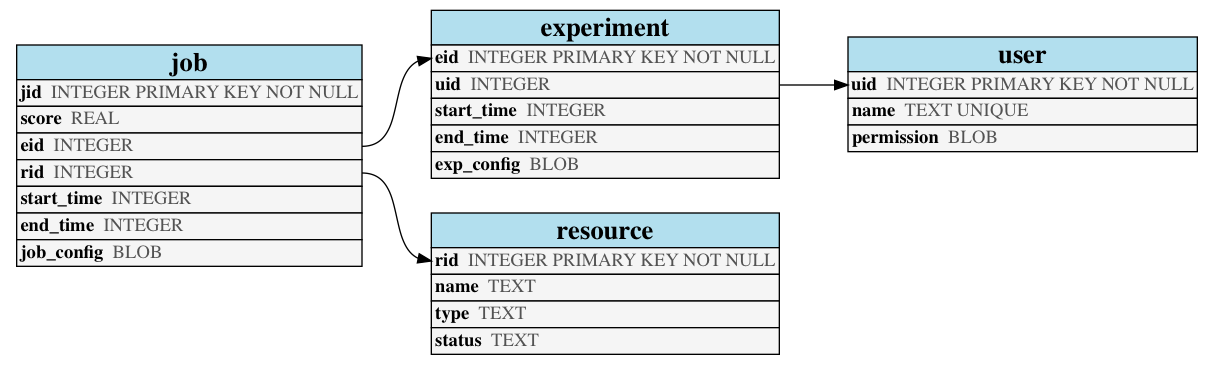
Earlier version of the Graphviz export docs/images/schema.png (LGE-ARC-AdvancedAI/auptimizer). Its source is kept beside it as docs/Database/schema.dot. The source it was exported from:
```dot
/*
 * Graphviz of '<_io.TextIOWrapper name='<stdin>' mode='r' encoding='UTF-8'>', created 2018-08-14 18:52:17.684968
 * Generated from https://github.com/rm-hull/sql_graphviz
 */
digraph g { graph [ rankdir = "LR" ];

  "user" [
    shape=none
    label=<
      <table border="0" cellspacing="0" cellborder="1">
        <tr><td bgcolor="lightblue2"><font face="Times-bold" point-size="20">user</font></td></tr>
        <tr><td bgcolor="grey96" align="left" port="uid"><font face="Times-bold">uid</font>  <font color="#535353">INTEGER PRIMARY KEY NOT NULL</font></td></tr>
        <tr><td bgcolor="grey96" align="left" port="name"><font face="Times-bold">name</font>  <font color="#535353">TEXT UNIQUE</font></td></tr>
        <tr><td bgcolor="grey96" align="left" port="permission"><font face="Times-bold">permission</font>  <font color="#535353">BLOB</font></td></tr>
      </table>
    >];

  "resource" [
    shape=none
    label=<
      <table border="0" cellspacing="0" cellborder="1">
        <tr><td bgcolor="lightblue2"><font face="Times-bold" point-size="20">resource</font></td></tr>
        <tr><td bgcolor="grey96" align="left" port="rid"><font face="Times-bold">rid</font>  <font color="#535353">INTEGER PRIMARY KEY NOT NULL</font></td></tr>
        <tr><td bgcolor="grey96" align="left" port="name"><font face="Times-bold">name</font>  <font color="#535353">TEXT</font></td></tr>
        <tr><td bgcolor="grey96" align="left" port="type"><font face="Times-bold">type</font>  <font color="#535353">TEXT</font></td></tr>
        <tr><td bgcolor="grey96" align="left" port="status"><font face="Times-bold">status</font>  <font color="#535353">TEXT</font></td></tr>
      </table>
    >];

  "experiment" [
    shape=none
    label=<
      <table border="0" cellspacing="0" cellborder="1">
        <tr><td bgcolor="lightblue2"><font face="Times-bold" point-size="20">experiment</font></td></tr>
        <tr><td bgcolor="grey96" align="left" port="eid"><font face="Times-bold">eid</font>  <font color="#535353">INTEGER PRIMARY KEY NOT NULL</font></td></tr>
        <tr><td bgcolor="grey96" align="left" port="uid"><font face="Times-bold">uid</font>  <font color="#535353">INTEGER</font></td></tr>
        <tr><td bgcolor="grey96" align="left" port="start_time"><font face="Times-bold">start_time</font>  <font color="#535353">INTEGER</font></td></tr>
        <tr><td bgcolor="grey96" align="left" port="end_time"><font face="Times-bold">end_time</font>  <font color="#535353">INTEGER</font></td></tr>
        <tr><td bgcolor="grey96" align="left" port="exp_config"><font face="Times-bold">exp_config</font>  <font color="#535353">BLOB</font></td></tr>
      </table>
    >];

  "job" [
    shape=none
    label=<
      <table border="0" cellspacing="0" cellborder="1">
        <tr><td bgcolor="lightblue2"><font face="Times-bold" point-size="20">job</font></td></tr>
        <tr><td bgcolor="grey96" align="left" port="jid"><font face="Times-bold">jid</font>  <font color="#535353">INTEGER PRIMARY KEY NOT NULL</font></td></tr>
        <tr><td bgcolor="grey96" align="left" port="score"><font face="Times-bold">score</font>  <font color="#535353">REAL</font></td></tr>
        <tr><td bgcolor="grey96" align="left" port="eid"><font face="Times-bold">eid</font>  <font color="#535353">INTEGER</font></td></tr>
        <tr><td bgcolor="grey96" align="left" port="rid"><font face="Times-bold">rid</font>  <font color="#535353">INTEGER</font></td></tr>
        <tr><td bgcolor="grey96" align="left" port="start_time"><font face="Times-bold">start_time</font>  <font color="#535353">INTEGER</font></td></tr>
        <tr><td bgcolor="grey96" align="left" port="end_time"><font face="Times-bold">end_time</font>  <font color="#535353">INTEGER</font></td></tr>
        <tr><td bgcolor="grey96" align="left" port="job_config"><font face="Times-bold">job_config</font>  <font color="#535353">BLOB</font></td></tr>
      </table>
    >];

  "experiment":uid -> "user":uid;
  "job":eid -> "experiment":eid;
  "job":rid -> "resource":rid;
}
```
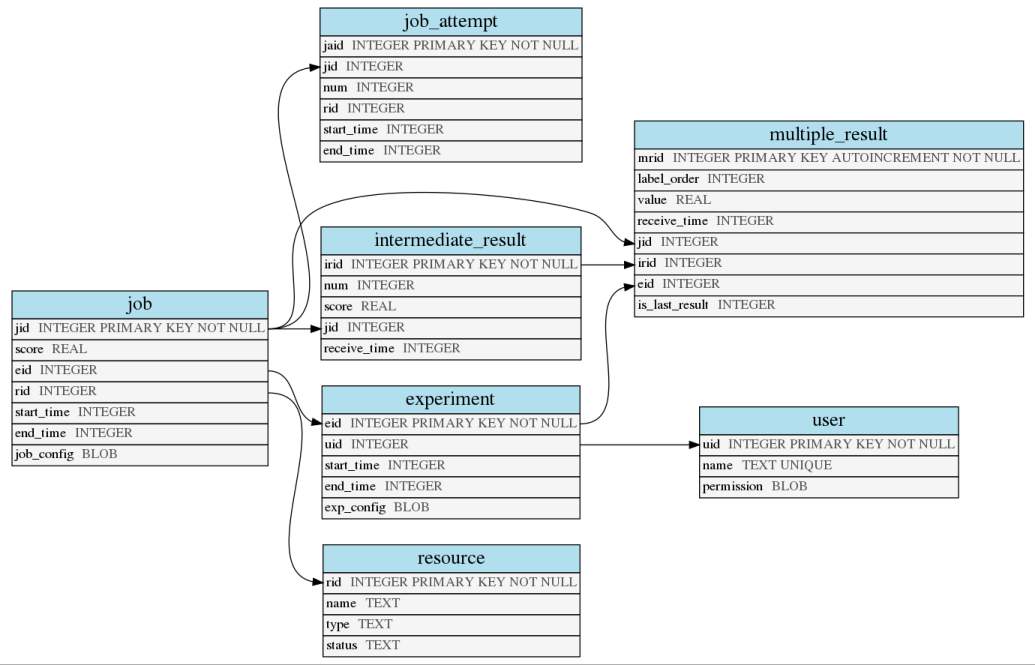
After the commit.

Change to the diagram source:
```diff
@@ -55,7 +55,54 @@
       </table>
     >];
 
+  "job_attempt" [
+    shape=none
+    label=<
+      <table border="0" cellspacing="0" cellborder="1">
+        <tr><td bgcolor="lightblue2"><font face="Times-bold" point-size="20">job_attempt</font></td></tr>
+        <tr><td bgcolor="grey96" align="left" port="jaid"><font face="Times-bold">jaid</font>  <font color="#535353">INTEGER PRIMARY KEY NOT NULL</font></td></tr>
+        <tr><td bgcolor="grey96" align="left" port="jid"><font face="Times-bold">jid</font>  <font color="#535353">INTEGER</font></td></tr>
+        <tr><td bgcolor="grey96" align="left" port="num"><font face="Times-bold">num</font>  <font color="#535353">INTEGER</font></td></tr>
+        <tr><td bgcolor="grey96" align="left" port="rid"><font face="Times-bold">rid</font>  <font color="#535353">INTEGER</font></td></tr>
+        <tr><td bgcolor="grey96" align="left" port="start_time"><font face="Times-bold">start_time</font>  <font color="#535353">INTEGER</font></td></tr>
+        <tr><td bgcolor="grey96" align="left" port="end_time"><font face="Times-bold">end_time</font>  <font color="#535353">INTEGER</font></td></tr>
+      </table>
+    >];
+
+  "intermediate_result" [
+    shape=none
+    label=<
+      <table border="0" cellspacing="0" cellborder="1">
+        <tr><td bgcolor="lightblue2"><font face="Times-bold" point-size="20">intermediate_result</font></td></tr>
+        <tr><td bgcolor="grey96" align="left" port="irid"><font face="Times-bold">irid</font>  <font color="#535353">INTEGER PRIMARY KEY NOT NULL</font></td></tr>
+        <tr><td bgcolor="grey96" align="left" port="num"><font face="Times-bold">num</font>  <font color="#535353">INTEGER</font></td></tr>
+        <tr><td bgcolor="grey96" align="left" port="score"><font face="Times-bold">score</font>  <font color="#535353">REAL</font></td></tr>
+        <tr><td bgcolor="grey96" align="left" port="jid"><font face="Times-bold">jid</font>  <font color="#535353">INTEGER</font></td></tr>
+        <tr><td bgcolor="grey96" align="left" port="receive_time"><font face="Times-bold">receive_time</font>  <font color="#535353">INTEGER</font></td></tr>
+      </table>
+    >];
+
+  "multiple_result" [
+    shape=none
+    label=<
+      <table border="0" cellspacing="0" cellborder="1">
+        <tr><td bgcolor="lightblue2"><font face="Times-bold" point-size="20">multiple_result</font></td></tr>
+        <tr><td bgcolor="grey96" align="left" port="mrid"><font face="Times-bold">mrid</font>  <font color="#535353">INTEGER PRIMARY KEY AUTOINCREMENT NOT NULL</font></td></tr>
+        <tr><td bgcolor="grey96" align="left" port="label_order"><font face="Times-bold">label_order</font>  <font color="#535353">INTEGER</font></td></tr>
+        <tr><td bgcolor="grey96" align="left" port="value"><font face="Times-bold">value</font>  <font color="#535353">REAL</font></td></tr>
+        <tr><td bgcolor="grey96" align="left" port="receive_time"><font face="Times-bold">receive_time</font>  <font color="#535353">INTEGER</font></td></tr>
+        <tr><td bgcolor="grey96" align="left" port="jid"><font face="Times-bold">jid</font>  <font color="#535353">INTEGER</font></td></tr>
+        <tr><td bgcolor="grey96" align="left" port="irid"><font face="Times-bold">irid</font>  <font color="#535353">INTEGER</font></td></tr>
+        <tr><td bgcolor="grey96" align="left" port="eid"><font face="Times-bold">eid</font>  <font color="#535353">INTEGER</font></td></tr>
+        <tr><td bgcolor="grey96" align="left" port="is_last_result"><font face="Times-bold">is_last_result</font>  <font color="#535353">INTEGER</font></td></tr>
+      </table>
+    >];
+
   "experiment":uid -> "user":uid;
   "job":eid -> "experiment":eid;
   "job":rid -> "resource":rid;
+  "job":jid -> "job_attempt":jid;
+  "job":jid -> "intermediate_result":jid;
+  "job":jid -> "multiple_result":jid;
+  "intermediate_result":irid -> "multiple_result":irid
 }
```
